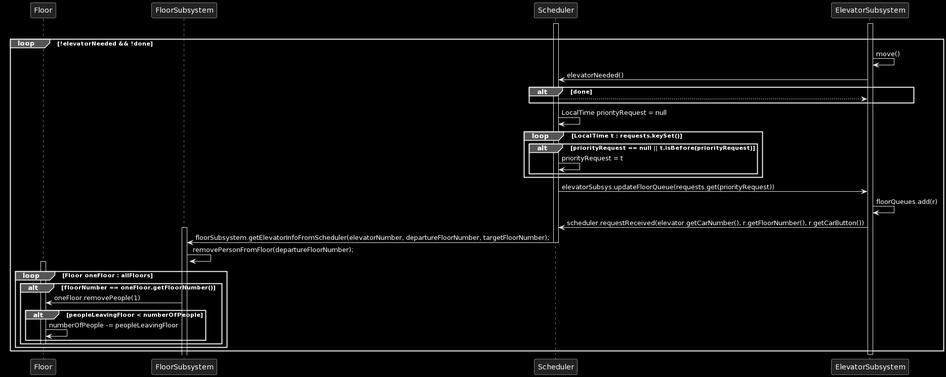
Above: iteration2+/diagrams/sequence_elevator_arrived.png in w4est/elevator-simulator (PlantUML), before the change. Source of this version:
```plantuml
@startuml
participant Floor
participant FloorSubsystem
participant Scheduler
participant ElevatorSubsystem

loop !scheduler.isDone()
    activate ElevatorSubsystem
    activate Scheduler
    loop !elevatorNeeded && !done
        ElevatorSubsystem -> ElevatorSubsystem: move()
        ElevatorSubsystem -> Scheduler: elevatorNeeded()
        alt done
            Scheduler --> ElevatorSubsystem:
            end
        Scheduler -> Scheduler: LocalTime priorityRequest = null
        loop LocalTime t : requests.keySet()
            alt priorityRequest == null || t.isBefore(priorityRequest)
                Scheduler -> Scheduler: priorityRequest = t
                end
            end loop
        activate ElevatorSubsystem
        Scheduler -> ElevatorSubsystem: elevatorSubsys.updateFloorQueue(requests.get(priorityRequest))
        ElevatorSubsystem -> ElevatorSubsystem: floorQueues.add(r)
        ElevatorSubsystem -> Scheduler: scheduler.requestReceived(elevator.getCarNumber(), r.getFloorNumber(), r.getCarButton())
        activate FloorSubsystem
        Scheduler -> FloorSubsystem: floorSubsystem.getElevatorInfoFromScheduler(elevatorNumber, departureFloorNumber, targetFloorNumber);
        deactivate Scheduler
        FloorSubsystem -> FloorSubsystem: removePersonFromFloor(departureFloorNumber);
        loop Floor oneFloor : allFloors
            alt floorNumber == oneFloor.getFloorNumber()
                activate Floor
                FloorSubsystem -> Floor: oneFloor.removePeople(1)
                alt peopleLeavingFloor < numberOfPeople
                    Floor -> Floor: numberOfPeople -= peopleLeavingFloor
                end
            deactivate Floor
            end loop
        end loop
    end loop
deactivate ElevatorSubsystem
@enduml
```
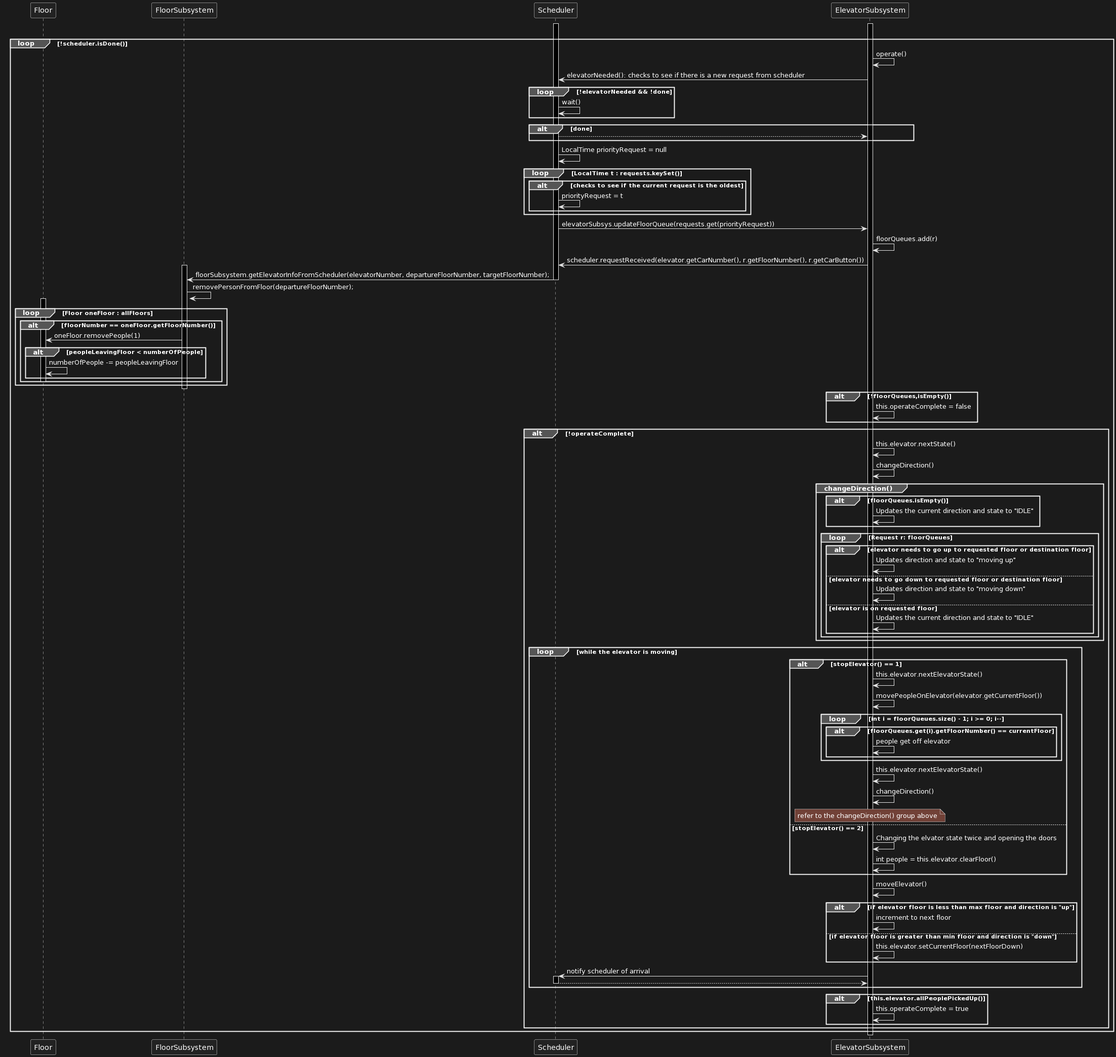
The same file after the commit.

Commit message:
Reupdated sequence diagrams

Diff of the diagram source:
```diff
@@ -5,38 +5,134 @@
 participant ElevatorSubsystem
 
 loop !scheduler.isDone()
+
     activate ElevatorSubsystem
     activate Scheduler
-    loop !elevatorNeeded && !done
-        ElevatorSubsystem -> ElevatorSubsystem: move()
-        ElevatorSubsystem -> Scheduler: elevatorNeeded()
+
+    loop !scheduler.isDone()
+
+        ElevatorSubsystem -> ElevatorSubsystem: operate()
+        ElevatorSubsystem -> Scheduler: elevatorNeeded(): checks to see if there is a new request from scheduler
+
+        loop !elevatorNeeded && !done
+            Scheduler -> Scheduler: wait()
+            end loop
+
         alt done
             Scheduler --> ElevatorSubsystem:
             end
+
         Scheduler -> Scheduler: LocalTime priorityRequest = null
+
         loop LocalTime t : requests.keySet()
-            alt priorityRequest == null || t.isBefore(priorityRequest)
+            alt checks to see if the current request is the oldest
                 Scheduler -> Scheduler: priorityRequest = t
                 end
             end loop
+
         activate ElevatorSubsystem
+
         Scheduler -> ElevatorSubsystem: elevatorSubsys.updateFloorQueue(requests.get(priorityRequest))
         ElevatorSubsystem -> ElevatorSubsystem: floorQueues.add(r)
         ElevatorSubsystem -> Scheduler: scheduler.requestReceived(elevator.getCarNumber(), r.getFloorNumber(), r.getCarButton())
+
         activate FloorSubsystem
         Scheduler -> FloorSubsystem: floorSubsystem.getElevatorInfoFromScheduler(elevatorNumber, departureFloorNumber, targetFloorNumber);
+
         deactivate Scheduler
         FloorSubsystem -> FloorSubsystem: removePersonFromFloor(departureFloorNumber);
+
         loop Floor oneFloor : allFloors
+
             alt floorNumber == oneFloor.getFloorNumber()
                 activate Floor
                 FloorSubsystem -> Floor: oneFloor.removePeople(1)
+
                 alt peopleLeavingFloor < numberOfPeople
                     Floor -> Floor: numberOfPeople -= peopleLeavingFloor
                 end
+
             deactivate Floor
+
             end loop
+
         end loop
+
+        deactivate FloorSubsystem
+
+        alt !floorQueues,isEmpty()
+            ElevatorSubsystem -> ElevatorSubsystem: this.operateComplete = false
+            end
+
+        alt !operateComplete
+            ElevatorSubsystem -> ElevatorSubsystem: this.elevator.nextState()
+            ElevatorSubsystem -> ElevatorSubsystem: changeDirection()
+
+            group changeDirection()
+            alt floorQueues.isEmpty()
+                ElevatorSubsystem -> ElevatorSubsystem: Updates the current direction and state to "IDLE"
+                end
+
+            loop Request r: floorQueues
+
+                alt elevator needs to go up to requested floor or destination floor
+                    ElevatorSubsystem -> ElevatorSubsystem: Updates direction and state to "moving up"
+
+                else elevator needs to go down to requested floor or destination floor
+                    ElevatorSubsystem -> ElevatorSubsystem: Updates direction and state to "moving down"
+
+                else elevator is on requested floor
+                    ElevatorSubsystem -> ElevatorSubsystem: Updates the current direction and state to "IDLE"
+
+                    end
+                    end
+
+                end loop
+
+            loop while the elevator is moving
+                alt stopElevator() == 1
+                    ElevatorSubsystem -> ElevatorSubsystem: this.elevator.nextElevatorState()
+                    ElevatorSubsystem -> ElevatorSubsystem: movePeopleOnElevator(elevator.getCurrentFloor())
+
+                    loop int i = floorQueues.size() - 1; i >= 0; i--
+                        alt floorQueues.get(i).getFloorNumber() == currentFloor
+                           ElevatorSubsystem -> ElevatorSubsystem: people get off elevator
+                           end
+                        end loop
+
+                    ElevatorSubsystem -> ElevatorSubsystem: this.elevator.nextElevatorState()
+                    ElevatorSubsystem -> ElevatorSubsystem: changeDirection()
+                    note over ElevatorSubsystem: refer to the changeDirection() group above
+
+                else stopElevator() == 2
+                    ElevatorSubsystem -> ElevatorSubsystem: Changing the elvator state twice and opening the doors
+                    ElevatorSubsystem -> ElevatorSubsystem: int people = this.elevator.clearFloor()
+                    end
+
+                ElevatorSubsystem -> ElevatorSubsystem: moveElevator()
+
+                alt if elevator floor is less than max floor and direction is "up"
+                        ElevatorSubsystem -> ElevatorSubsystem: increment to next floor
+
+                    else if elevator floor is greater than min floor and direction is "down"
+                        ElevatorSubsystem -> ElevatorSubsystem: this.elevator.setCurrentFloor(nextFloorDown)
+                        end
+
+                    ElevatorSubsystem -> Scheduler: notify scheduler of arrival
+
+                    activate Scheduler
+
+                    Scheduler --> ElevatorSubsystem
+                    deactivate Scheduler
+
+                end loop
+
+                alt this.elevator.allPeoplePickedUp()
+                    ElevatorSubsystem -> ElevatorSubsystem: this.operateComplete = true
+                    end
+
+            end
+
     end loop
 deactivate ElevatorSubsystem
 @enduml
```
